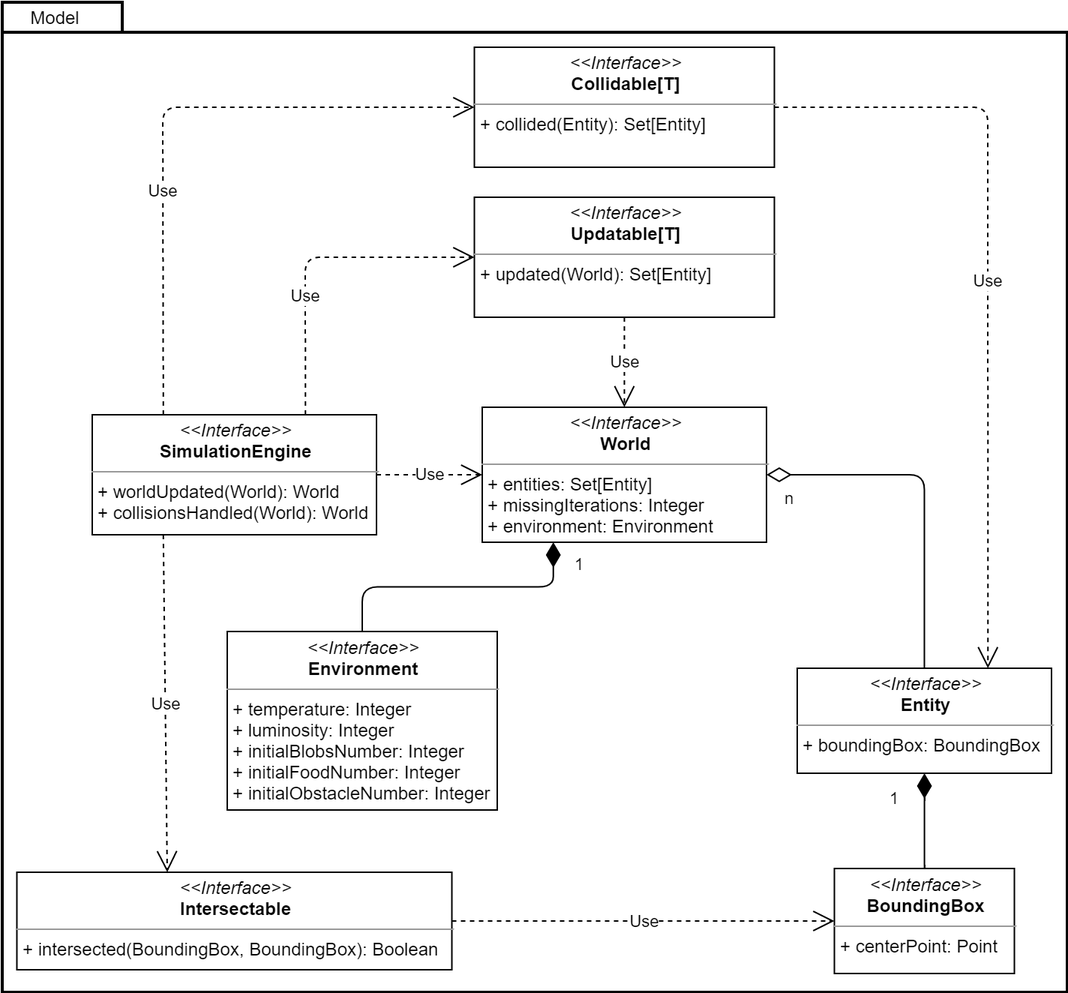
Above: doc/report/img/Model.png in danielegiulianini/evo-sim (draw.io), before the change. Source tidied: cells renumbered, new cells last; positions are measured from the earlier drawing's top-left corner, leaving out a move shared by most shapes.
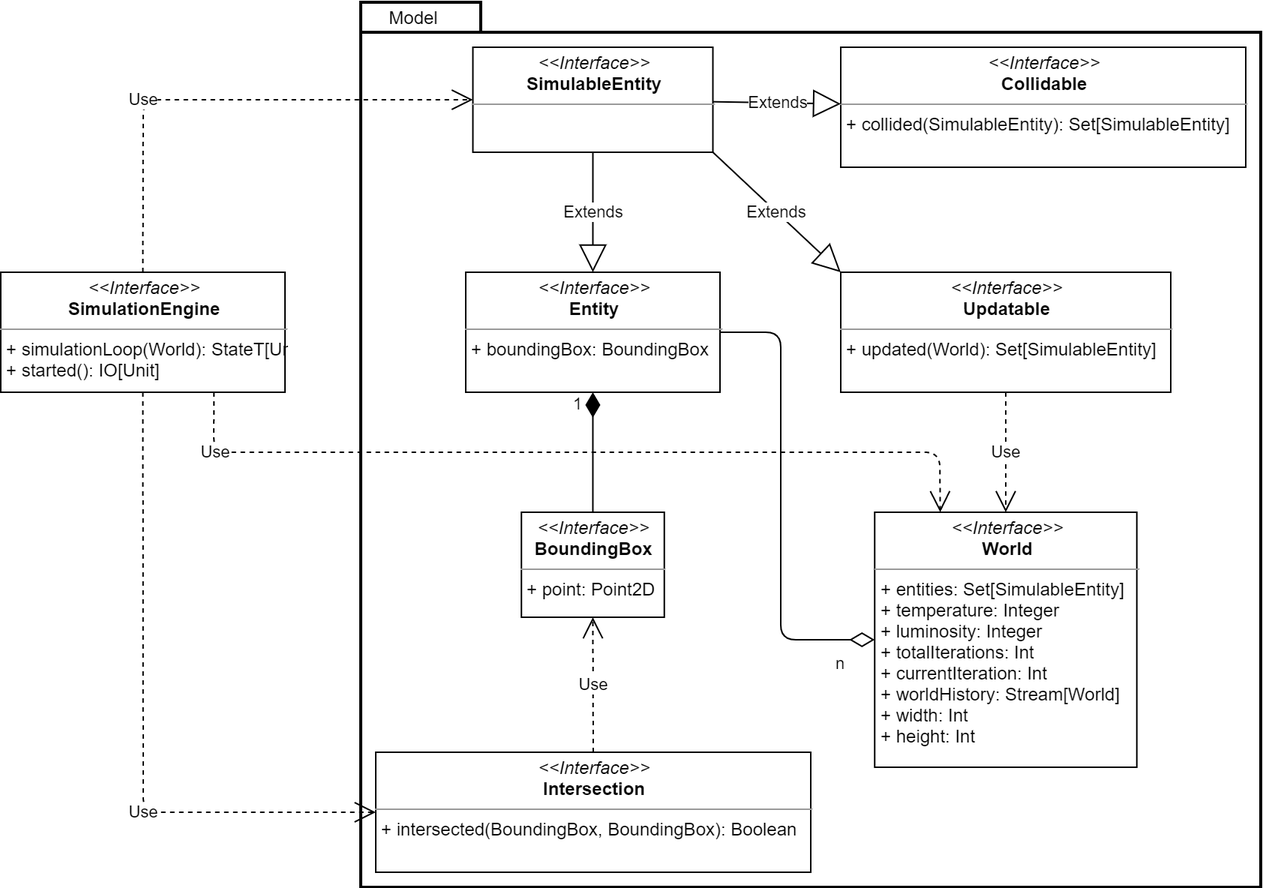
The same file after the commit.

What changed in the source:
```diff
@@ -2,83 +2,83 @@
   <root>
     <mxCell id="0" />
     <mxCell id="1" parent="0" />
-    <mxCell id="2" style="shape=folder;tabWidth=80;tabHeight=20;tabPosition=left;strokeWidth=2;html=1;whiteSpace=wrap;align=center;" parent="1" vertex="1">
-      <mxGeometry width="710" height="660" as="geometry" />
-    </mxCell>
+    <mxCell id="22" style="shape=folder;tabWidth=80;tabHeight=20;tabPosition=left;strokeWidth=2;html=1;whiteSpace=wrap;align=center;" parent="1" vertex="1">
+      <mxGeometry x="30" y="260" width="600" height="590" as="geometry" />
+    </mxCell>
     <mxCell id="3" value="&lt;p style=&quot;margin: 0px ; margin-top: 4px ; text-align: center&quot;&gt;&lt;i&gt;&amp;lt;&amp;lt;Interface&amp;gt;&amp;gt;&lt;/i&gt;&lt;br&gt;&lt;b&gt;Entity&lt;/b&gt;&lt;/p&gt;&lt;hr size=&quot;1&quot;&gt;&lt;p style=&quot;margin: 0px ; margin-left: 4px&quot;&gt;+ boundingBox: BoundingBox&lt;br&gt;&lt;/p&gt;" style="verticalAlign=top;align=left;overflow=fill;fontSize=12;fontFamily=Helvetica;html=1;" parent="1" vertex="1">
-      <mxGeometry x="530" y="444" width="169.5" height="70" as="geometry" />
+      <mxGeometry x="100" y="440" width="169.5" height="80" as="geometry" />
     </mxCell>
-    <mxCell id="4" value="&lt;p style=&quot;margin: 0px ; margin-top: 4px ; text-align: center&quot;&gt;&lt;i&gt;&amp;lt;&amp;lt;Interface&amp;gt;&amp;gt;&lt;/i&gt;&lt;br&gt;&lt;b&gt;World&lt;/b&gt;&lt;/p&gt;&lt;hr size=&quot;1&quot;&gt;&lt;p style=&quot;margin: 0px ; margin-left: 4px&quot;&gt;+ entities: Set[Entity]&lt;br&gt;&lt;/p&gt;&lt;p style=&quot;margin: 0px ; margin-left: 4px&quot;&gt;+ missing&lt;span&gt;Iterations: Integer&lt;/span&gt;&lt;/p&gt;&lt;p style=&quot;margin: 0px ; margin-left: 4px&quot;&gt;&lt;span&gt;+ environment: Enviro&lt;/span&gt;&lt;span&gt;nment&lt;/span&gt;&lt;/p&gt;" style="verticalAlign=top;align=left;overflow=fill;fontSize=12;fontFamily=Helvetica;html=1;" parent="1" vertex="1">
-      <mxGeometry x="320" y="270" width="189.5" height="90" as="geometry" />
-    </mxCell>
+    <mxCell id="23" value="&lt;p style=&quot;margin: 0px ; margin-top: 4px ; text-align: center&quot;&gt;&lt;i&gt;&amp;lt;&amp;lt;Interface&amp;gt;&amp;gt;&lt;/i&gt;&lt;br&gt;&lt;b&gt;World&lt;/b&gt;&lt;/p&gt;&lt;hr size=&quot;1&quot;&gt;&lt;p style=&quot;margin: 0px ; margin-left: 4px&quot;&gt;+ entities: Set[SimulableEntity]&lt;/p&gt;&lt;p style=&quot;margin: 0px ; margin-left: 4px&quot;&gt;+ temperature: Integer&lt;br style=&quot;padding: 0px ; margin: 0px&quot;&gt;+ luminosity: Integer&lt;span&gt;&lt;br&gt;&lt;/span&gt;&lt;/p&gt;&lt;p style=&quot;margin: 0px ; margin-left: 4px&quot;&gt;+ totalIterations: Int&lt;/p&gt;&lt;p style=&quot;margin: 0px ; margin-left: 4px&quot;&gt;+ currentIteration: Int&lt;/p&gt;&lt;p style=&quot;margin: 0px ; margin-left: 4px&quot;&gt;+ worldHistory: Stream[World]&lt;/p&gt;&lt;p style=&quot;margin: 0px ; margin-left: 4px&quot;&gt;+ width: Int&lt;/p&gt;&lt;p style=&quot;margin: 0px ; margin-left: 4px&quot;&gt;+ height: Int&lt;/p&gt;" style="verticalAlign=top;align=left;overflow=fill;fontSize=12;fontFamily=Helvetica;html=1;" parent="1" vertex="1">
+      <mxGeometry x="372.6" y="600" width="174.8" height="170" as="geometry" />
+    </mxCell>
     <mxCell id="5" value="Model" style="text;html=1;align=center;verticalAlign=middle;" parent="1" vertex="1">
-      <mxGeometry x="10" width="50" height="20" as="geometry" />
+      <mxGeometry x="40" y="260" width="50" height="20" as="geometry" />
     </mxCell>
-    <mxCell id="6" value="1" style="endArrow=none;html=1;endSize=12;startArrow=diamondThin;startSize=14;startFill=1;edgeStyle=orthogonalEdgeStyle;align=left;verticalAlign=bottom;endFill=0;exitX=0.25;exitY=1;exitDx=0;exitDy=0;" parent="1" edge="1" source="4" target="12">
-      <mxGeometry x="-0.75" y="10" relative="1" as="geometry">
-        <mxPoint x="3" as="offset" />
-      </mxGeometry>
-    </mxCell>
-    <mxCell id="7" value="n" style="endArrow=none;html=1;endSize=12;startArrow=diamondThin;startSize=14;startFill=0;edgeStyle=orthogonalEdgeStyle;align=left;verticalAlign=bottom;endFill=0;" parent="1" edge="1" source="4" target="3">
-      <mxGeometry x="0.11" y="-95" relative="1" as="geometry" />
+    <mxCell id="7" value="n" style="endArrow=none;html=1;endSize=12;startArrow=diamondThin;startSize=14;startFill=0;edgeStyle=orthogonalEdgeStyle;align=left;verticalAlign=bottom;endFill=0;" parent="1" edge="1" source="23" target="3">
+      <mxGeometry x="-0.82" y="25" relative="1" as="geometry">
+        <Array as="points">
+          <mxPoint x="310" y="685" />
+          <mxPoint x="310" y="480" />
+        </Array>
+      </mxGeometry>
     </mxCell>
-    <mxCell id="8" value="&lt;p style=&quot;margin: 0px ; margin-top: 4px ; text-align: center&quot;&gt;&lt;i&gt;&amp;lt;&amp;lt;Interface&amp;gt;&amp;gt;&lt;/i&gt;&lt;br&gt;&lt;b&gt;SimulationEngine&lt;/b&gt;&lt;/p&gt;&lt;hr size=&quot;1&quot;&gt;&lt;p style=&quot;margin: 0px ; margin-left: 4px&quot;&gt;&lt;span&gt;+ worldUpdated(World): World&lt;/span&gt;&lt;/p&gt;&lt;p style=&quot;margin: 0px ; margin-left: 4px&quot;&gt;&lt;span&gt;+ collisionsHandled(World): World&lt;/span&gt;&lt;/p&gt;" style="verticalAlign=top;align=left;overflow=fill;fontSize=12;fontFamily=Helvetica;html=1;" parent="1" vertex="1">
-      <mxGeometry x="60" y="275" width="189.5" height="80" as="geometry" />
-    </mxCell>
-    <mxCell id="9" value="&lt;p style=&quot;margin: 0px ; margin-top: 4px ; text-align: center&quot;&gt;&lt;i&gt;&amp;lt;&amp;lt;Interface&amp;gt;&amp;gt;&lt;/i&gt;&lt;br&gt;&lt;b&gt;Collidable[T]&lt;/b&gt;&lt;/p&gt;&lt;hr size=&quot;1&quot;&gt;&lt;p style=&quot;margin: 0px ; margin-left: 4px&quot;&gt;+ collided(Entity): Set[Entity]&lt;/p&gt;" style="verticalAlign=top;align=left;overflow=fill;fontSize=12;fontFamily=Helvetica;html=1;" parent="1" vertex="1">
-      <mxGeometry x="314.8" y="30" width="200" height="80" as="geometry" />
-    </mxCell>
-    <mxCell id="10" value="&lt;p style=&quot;margin: 0px ; margin-top: 4px ; text-align: center&quot;&gt;&lt;i&gt;&amp;lt;&amp;lt;Interface&amp;gt;&amp;gt;&lt;/i&gt;&lt;br&gt;&lt;b&gt;Intersectable&lt;/b&gt;&lt;/p&gt;&lt;hr size=&quot;1&quot;&gt;&lt;p style=&quot;margin: 0px ; margin-left: 4px&quot;&gt;+ intersected(BoundingBox, BoundingBox): Boolean&lt;br&gt;&lt;/p&gt;" style="verticalAlign=top;align=left;overflow=fill;fontSize=12;fontFamily=Helvetica;html=1;" parent="1" vertex="1">
-      <mxGeometry x="9.8" y="580" width="290" height="65" as="geometry" />
-    </mxCell>
-    <mxCell id="11" value="&lt;p style=&quot;margin: 0px ; margin-top: 4px ; text-align: center&quot;&gt;&lt;i&gt;&amp;lt;&amp;lt;Interface&amp;gt;&amp;gt;&lt;/i&gt;&lt;br&gt;&lt;b&gt;BoundingBox&lt;/b&gt;&lt;/p&gt;&lt;hr size=&quot;1&quot;&gt;&lt;p style=&quot;margin: 0px ; margin-left: 4px&quot;&gt;+ centerPoint: Point&lt;/p&gt;" style="verticalAlign=top;align=left;overflow=fill;fontSize=12;fontFamily=Helvetica;html=1;" parent="1" vertex="1">
-      <mxGeometry x="554.8" y="577.5" width="120" height="70" as="geometry" />
-    </mxCell>
-    <mxCell id="12" value="&lt;p style=&quot;margin: 0px ; margin-top: 4px ; text-align: center&quot;&gt;&lt;i&gt;&amp;lt;&amp;lt;Interface&amp;gt;&amp;gt;&lt;/i&gt;&lt;br&gt;&lt;b&gt;Environment&lt;/b&gt;&lt;/p&gt;&lt;hr size=&quot;1&quot;&gt;&lt;p style=&quot;margin: 0px ; margin-left: 4px&quot;&gt;+ temperature: Integer&lt;br style=&quot;padding: 0px ; margin: 0px&quot;&gt;+ luminosity: Integer&lt;br style=&quot;padding: 0px ; margin: 0px&quot;&gt;+ initialBlobsNumber: Integer&lt;br style=&quot;padding: 0px ; margin: 0px&quot;&gt;+ initialFoodNumber: Integer&lt;br style=&quot;padding: 0px ; margin: 0px&quot;&gt;+ initialObstacleNumber: Integer&lt;br&gt;&lt;/p&gt;" style="verticalAlign=top;align=left;overflow=fill;fontSize=12;fontFamily=Helvetica;html=1;" parent="1" vertex="1">
-      <mxGeometry x="150" y="419.5" width="180" height="119" as="geometry" />
-    </mxCell>
-    <mxCell id="13" value="Use" style="endArrow=open;endSize=12;dashed=1;html=1;entryX=0.75;entryY=0;entryDx=0;entryDy=0;exitX=1;exitY=0.5;exitDx=0;exitDy=0;" parent="1" edge="1" source="9" target="3">
-      <mxGeometry relative="1" as="geometry">
-        <Array as="points">
-          <mxPoint x="657" y="70" />
-        </Array>
-      </mxGeometry>
-    </mxCell>
-    <mxCell id="14" value="Use" style="endArrow=open;endSize=12;dashed=1;html=1;" parent="1" edge="1" source="8" target="4">
-      <mxGeometry relative="1" as="geometry" />
-    </mxCell>
-    <mxCell id="15" value="Use" style="endArrow=open;endSize=12;dashed=1;html=1;" parent="1" edge="1" source="10" target="11">
-      <mxGeometry relative="1" as="geometry" />
-    </mxCell>
-    <mxCell id="16" value="Use" style="endArrow=open;endSize=12;dashed=1;html=1;exitX=0.25;exitY=1;exitDx=0;exitDy=0;" parent="1" edge="1" source="8">
-      <mxGeometry relative="1" as="geometry">
-        <mxPoint x="110" y="580" as="targetPoint" />
-      </mxGeometry>
-    </mxCell>
+    <mxCell id="24" value="&lt;p style=&quot;margin: 0px ; margin-top: 4px ; text-align: center&quot;&gt;&lt;i&gt;&amp;lt;&amp;lt;Interface&amp;gt;&amp;gt;&lt;/i&gt;&lt;br&gt;&lt;b&gt;SimulationEngine&lt;/b&gt;&lt;/p&gt;&lt;hr size=&quot;1&quot;&gt;&lt;p style=&quot;margin: 0px ; margin-left: 4px&quot;&gt;+ simulationLoop(World): StateT[Unit]&lt;br&gt;+ started(): IO[Unit]&lt;br&gt;&lt;/p&gt;" style="verticalAlign=top;align=left;overflow=fill;fontSize=12;fontFamily=Helvetica;html=1;" parent="1" vertex="1">
+      <mxGeometry x="-210" y="440" width="189.5" height="80" as="geometry" />
+    </mxCell>
+    <mxCell id="25" value="&lt;p style=&quot;margin: 0px ; margin-top: 4px ; text-align: center&quot;&gt;&lt;i&gt;&amp;lt;&amp;lt;Interface&amp;gt;&amp;gt;&lt;/i&gt;&lt;br&gt;&lt;b&gt;Collidable&lt;/b&gt;&lt;/p&gt;&lt;hr size=&quot;1&quot;&gt;&lt;p style=&quot;margin: 0px ; margin-left: 4px&quot;&gt;+ collided(SimulableEntity): Set[SimulableEntity]&lt;/p&gt;" style="verticalAlign=top;align=left;overflow=fill;fontSize=12;fontFamily=Helvetica;html=1;" parent="1" vertex="1">
+      <mxGeometry x="350" y="290" width="270" height="80" as="geometry" />
+    </mxCell>
+    <mxCell id="26" value="&lt;p style=&quot;margin: 0px ; margin-top: 4px ; text-align: center&quot;&gt;&lt;i&gt;&amp;lt;&amp;lt;Interface&amp;gt;&amp;gt;&lt;/i&gt;&lt;br&gt;&lt;b&gt;Intersection&lt;/b&gt;&lt;/p&gt;&lt;hr size=&quot;1&quot;&gt;&lt;p style=&quot;margin: 0px ; margin-left: 4px&quot;&gt;+ intersected(BoundingBox, BoundingBox): Boolean&lt;br&gt;&lt;/p&gt;" style="verticalAlign=top;align=left;overflow=fill;fontSize=12;fontFamily=Helvetica;html=1;" parent="1" vertex="1">
+      <mxGeometry x="40" y="760" width="290" height="80" as="geometry" />
+    </mxCell>
+    <mxCell id="27" value="&lt;p style=&quot;margin: 0px ; margin-top: 4px ; text-align: center&quot;&gt;&lt;i&gt;&amp;lt;&amp;lt;Interface&amp;gt;&amp;gt;&lt;/i&gt;&lt;br&gt;&lt;b&gt;BoundingBox&lt;/b&gt;&lt;/p&gt;&lt;hr size=&quot;1&quot;&gt;&lt;p style=&quot;margin: 0px ; margin-left: 4px&quot;&gt;+ point: Point2D&lt;/p&gt;" style="verticalAlign=top;align=left;overflow=fill;fontSize=12;fontFamily=Helvetica;html=1;" parent="1" vertex="1">
+      <mxGeometry x="137.1" y="600" width="95.3" height="70" as="geometry" />
+    </mxCell>
+    <mxCell id="28" value="Use" style="endArrow=open;endSize=12;dashed=1;html=1;exitX=0.75;exitY=1;exitDx=0;exitDy=0;entryX=0.25;entryY=0;entryDx=0;entryDy=0;" parent="1" edge="1" source="24" target="23">
+      <mxGeometry x="-0.85" relative="1" as="geometry">
+        <Array as="points">
+          <mxPoint x="-68" y="560" />
+          <mxPoint x="416" y="560" />
+        </Array>
+      </mxGeometry>
+    </mxCell>
+    <mxCell id="29" value="Use" style="endArrow=open;endSize=12;dashed=1;html=1;entryX=0.5;entryY=1;entryDx=0;entryDy=0;exitX=0.5;exitY=0;exitDx=0;exitDy=0;" parent="1" edge="1" source="26" target="27">
+      <mxGeometry relative="1" as="geometry" />
+    </mxCell>
+    <mxCell id="30" value="Use" style="endArrow=open;endSize=12;dashed=1;html=1;exitX=0.5;exitY=1;exitDx=0;exitDy=0;entryX=0;entryY=0.5;entryDx=0;entryDy=0;" parent="1" edge="1" source="24" target="26">
+      <mxGeometry x="0.29" relative="1" as="geometry">
+        <Array as="points">
+          <mxPoint x="-115" y="800" />
+        </Array>
+      </mxGeometry>
+    </mxCell>
-    <mxCell id="17" value="Use" style="endArrow=open;endSize=12;dashed=1;html=1;exitX=0.5;exitY=1;exitDx=0;exitDy=0;" parent="1" edge="1" source="19" target="4">
+    <mxCell id="17" value="Use" style="endArrow=open;endSize=12;dashed=1;html=1;exitX=0.5;exitY=1;exitDx=0;exitDy=0;" parent="1" edge="1" source="31" target="23">
       <mxGeometry relative="1" as="geometry" />
     </mxCell>
-    <mxCell id="18" value="1" style="endArrow=none;html=1;endSize=12;startArrow=diamondThin;startSize=14;startFill=1;edgeStyle=orthogonalEdgeStyle;align=left;verticalAlign=bottom;endFill=0;" parent="1" edge="1" source="3" target="11">
-      <mxGeometry y="-25" relative="1" as="geometry">
-        <mxPoint y="-6" as="offset" />
-      </mxGeometry>
+    <mxCell id="18" value="1" style="endArrow=none;html=1;endSize=12;startArrow=diamondThin;startSize=14;startFill=1;edgeStyle=orthogonalEdgeStyle;align=left;verticalAlign=bottom;endFill=0;" parent="1" edge="1" source="3" target="27">
+      <mxGeometry x="-0.58" y="-15" relative="1" as="geometry" />
     </mxCell>
-    <mxCell id="19" value="&lt;p style=&quot;margin: 0px ; margin-top: 4px ; text-align: center&quot;&gt;&lt;i&gt;&amp;lt;&amp;lt;Interface&amp;gt;&amp;gt;&lt;/i&gt;&lt;br&gt;&lt;b&gt;Updatable[T]&lt;/b&gt;&lt;/p&gt;&lt;hr size=&quot;1&quot;&gt;&lt;p style=&quot;margin: 0px ; margin-left: 4px&quot;&gt;+ updated(World&lt;span&gt;): Set[Entity]&lt;/span&gt;&lt;/p&gt;" style="verticalAlign=top;align=left;overflow=fill;fontSize=12;fontFamily=Helvetica;html=1;" parent="1" vertex="1">
-      <mxGeometry x="314.8" y="130" width="200" height="80" as="geometry" />
-    </mxCell>
-    <mxCell id="20" value="Use" style="endArrow=open;endSize=12;dashed=1;html=1;entryX=0;entryY=0.5;entryDx=0;entryDy=0;exitX=0.75;exitY=0;exitDx=0;exitDy=0;" parent="1" edge="1" source="8" target="19">
-      <mxGeometry x="-0.28" relative="1" as="geometry">
-        <Array as="points">
-          <mxPoint x="202" y="170" />
-        </Array>
-      </mxGeometry>
-    </mxCell>
-    <mxCell id="21" value="Use" style="endArrow=open;endSize=12;dashed=1;html=1;entryX=0;entryY=0.5;entryDx=0;entryDy=0;exitX=0.25;exitY=0;exitDx=0;exitDy=0;" parent="1" edge="1" source="8" target="9">
-      <mxGeometry x="-0.28" relative="1" as="geometry">
-        <Array as="points">
-          <mxPoint x="107" y="70" />
-        </Array>
-      </mxGeometry>
-    </mxCell>
+    <mxCell id="31" value="&lt;p style=&quot;margin: 0px ; margin-top: 4px ; text-align: center&quot;&gt;&lt;i&gt;&amp;lt;&amp;lt;Interface&amp;gt;&amp;gt;&lt;/i&gt;&lt;br&gt;&lt;b&gt;Updatable&lt;/b&gt;&lt;/p&gt;&lt;hr size=&quot;1&quot;&gt;&lt;p style=&quot;margin: 0px ; margin-left: 4px&quot;&gt;+ updated(World&lt;span&gt;): Set[SimulableEntity]&lt;/span&gt;&lt;/p&gt;" style="verticalAlign=top;align=left;overflow=fill;fontSize=12;fontFamily=Helvetica;html=1;" parent="1" vertex="1">
+      <mxGeometry x="350" y="440" width="220" height="80" as="geometry" />
+    </mxCell>
+    <mxCell id="32" value="&lt;p style=&quot;margin: 0px ; margin-top: 4px ; text-align: center&quot;&gt;&lt;i&gt;&amp;lt;&amp;lt;Interface&amp;gt;&amp;gt;&lt;/i&gt;&lt;br&gt;&lt;b&gt;SimulableEntity&lt;/b&gt;&lt;/p&gt;&lt;hr size=&quot;1&quot;&gt;&lt;p style=&quot;margin: 0px ; margin-left: 4px&quot;&gt;&lt;br&gt;&lt;/p&gt;" style="verticalAlign=top;align=left;overflow=fill;fontSize=12;fontFamily=Helvetica;html=1;" parent="1" vertex="1">
+      <mxGeometry x="104.8" y="290" width="160" height="70" as="geometry" />
+    </mxCell>
+    <mxCell id="33" value="Extends" style="endArrow=block;endSize=16;endFill=0;html=1;entryX=0.5;entryY=0;entryDx=0;entryDy=0;exitX=0.5;exitY=1;exitDx=0;exitDy=0;" parent="1" edge="1" source="32" target="3">
+      <mxGeometry relative="1" as="geometry" />
+    </mxCell>
+    <mxCell id="34" value="Extends" style="endArrow=block;endSize=16;endFill=0;html=1;entryX=0;entryY=0;entryDx=0;entryDy=0;exitX=1;exitY=1;exitDx=0;exitDy=0;" parent="1" edge="1" source="32" target="31">
+      <mxGeometry relative="1" as="geometry" />
+    </mxCell>
+    <mxCell id="35" value="Extends" style="endArrow=block;endSize=16;endFill=0;html=1;" parent="1" edge="1" source="32" target="25">
+      <mxGeometry relative="1" as="geometry" />
+    </mxCell>
+    <mxCell id="36" value="Use" style="endArrow=open;endSize=12;dashed=1;html=1;exitX=0.5;exitY=0;exitDx=0;exitDy=0;entryX=0;entryY=0.5;entryDx=0;entryDy=0;" parent="1" edge="1" source="24" target="32">
+      <mxGeometry x="-0.31" relative="1" as="geometry">
+        <Array as="points">
+          <mxPoint x="-115" y="325" />
+        </Array>
+      </mxGeometry>
+    </mxCell>
   </root>
 </mxGraphModel>
```
